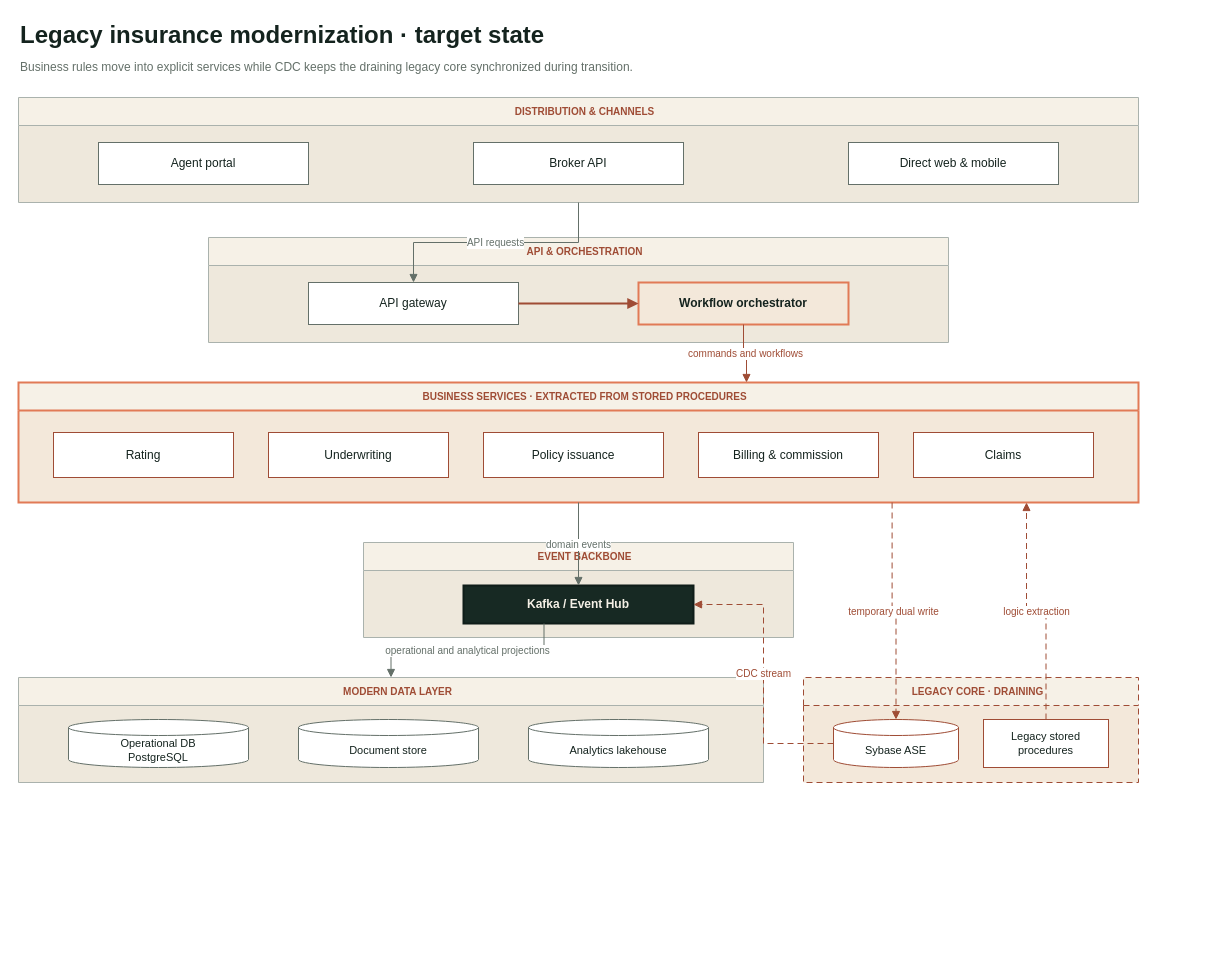
Above: assets/diagrams/legacy-modernization-target.drawio in someshjha/someshjha.github.io (draw.io), before the change. Source tidied: cells renumbered, new cells numbered last; positions are measured from the earlier drawing's top-left corner, leaving out a move shared by most shapes. Both pictures are drawn from the tidied source at 100%, with x=0, y=0 at pixel (18, 17).
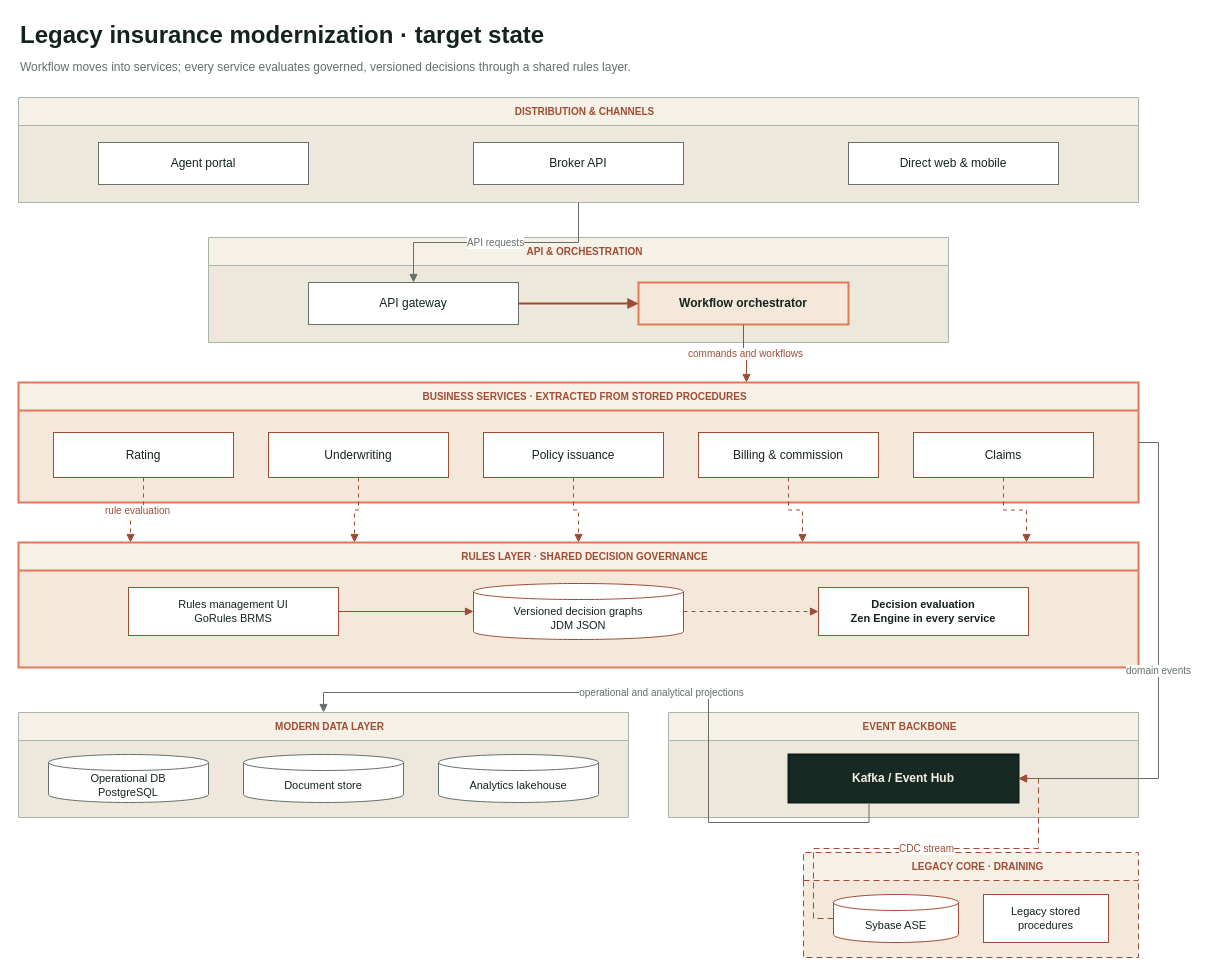
The same page after the edit.

Commit message:
Connect every business service to rules layer

Unchanged cells that the change refers to:
```xml
<mxCell id="11" value="BUSINESS SERVICES · EXTRACTED FROM STORED PROCEDURES" style="swimlane;html=1;horizontal=1;startSize=28;rounded=0;strokeColor=#E17A56;strokeWidth=2;fillColor=#F6F1E7;swimlaneFillColor=#F3E8DA;fontFamily=Helvetica;fontSize=10;fontStyle=1;fontColor=#9F4C35;spacingLeft=12;" parent="1" vertex="1">
  <mxGeometry y="365" width="1120" height="120" as="geometry" />
</mxCell>
<mxCell id="12" value="Rating" style="rounded=0;whiteSpace=wrap;html=1;strokeColor=#9F4C35;fillColor=#FFFFFF;fontFamily=Helvetica;fontSize=12;fontColor=#14231E;" parent="1" vertex="1">
  <mxGeometry x="35" y="415" width="180" height="45" as="geometry" />
</mxCell>
<mxCell id="13" value="Underwriting" style="rounded=0;whiteSpace=wrap;html=1;strokeColor=#9F4C35;fillColor=#FFFFFF;fontFamily=Helvetica;fontSize=12;fontColor=#14231E;" parent="1" vertex="1">
  <mxGeometry x="250" y="415" width="180" height="45" as="geometry" />
</mxCell>
<mxCell id="14" value="Policy issuance" style="rounded=0;whiteSpace=wrap;html=1;strokeColor=#9F4C35;fillColor=#FFFFFF;fontFamily=Helvetica;fontSize=12;fontColor=#14231E;" parent="1" vertex="1">
  <mxGeometry x="465" y="415" width="180" height="45" as="geometry" />
</mxCell>
<mxCell id="15" value="Billing &amp;amp; commission" style="rounded=0;whiteSpace=wrap;html=1;strokeColor=#9F4C35;fillColor=#FFFFFF;fontFamily=Helvetica;fontSize=12;fontColor=#14231E;" parent="1" vertex="1">
  <mxGeometry x="680" y="415" width="180" height="45" as="geometry" />
</mxCell>
<mxCell id="16" value="Claims" style="rounded=0;whiteSpace=wrap;html=1;strokeColor=#9F4C35;fillColor=#FFFFFF;fontFamily=Helvetica;fontSize=12;fontColor=#14231E;" parent="1" vertex="1">
  <mxGeometry x="895" y="415" width="180" height="45" as="geometry" />
</mxCell>
```

Diff of the diagram source:
```diff
@@
-    <mxCell id="3" value="Business rules move into explicit services while CDC keeps the draining legacy core synchronized during transition." style="text;html=1;strokeColor=none;fillColor=none;align=left;verticalAlign=middle;fontFamily=Helvetica;fontSize=12;fontColor=#647069;" parent="1" vertex="1">
-      <mxGeometry y="35" width="920" height="30" as="geometry" />
+    <mxCell id="3" value="Workflow moves into services; every service evaluates governed, versioned decisions through a shared rules layer." style="text;html=1;strokeColor=none;fillColor=none;align=left;verticalAlign=middle;fontFamily=Helvetica;fontSize=12;fontColor=#647069;" parent="1" vertex="1">
+      <mxGeometry y="35" width="1040" height="30" as="geometry" />
     </mxCell>
@@
+    <mxCell id="34" value="RULES LAYER · SHARED DECISION GOVERNANCE" style="swimlane;html=1;horizontal=1;startSize=28;rounded=0;strokeColor=#E17A56;strokeWidth=2;fillColor=#F6F1E7;swimlaneFillColor=#F3E8DA;fontFamily=Helvetica;fontSize=10;fontStyle=1;fontColor=#9F4C35;spacingLeft=12;" parent="1" vertex="1">
+      <mxGeometry y="525" width="1120" height="125" as="geometry" />
+    </mxCell>
+    <mxCell id="35" value="Rules management UI&lt;br&gt;GoRules BRMS" style="rounded=0;whiteSpace=wrap;html=1;strokeColor=#9F4C35;fillColor=#FFFFFF;fontFamily=Helvetica;fontSize=11;fontColor=#14231E;" parent="1" vertex="1">
+      <mxGeometry x="110" y="570" width="210" height="48" as="geometry" />
+    </mxCell>
+    <mxCell id="36" value="Versioned decision graphs&lt;br&gt;JDM JSON" style="shape=cylinder3;whiteSpace=wrap;html=1;boundedLbl=1;backgroundOutline=1;size=8;strokeColor=#9F4C35;fillColor=#FFFFFF;fontFamily=Helvetica;fontSize=11;fontColor=#14231E;" parent="1" vertex="1">
+      <mxGeometry x="455" y="566" width="210" height="56" as="geometry" />
+    </mxCell>
+    <mxCell id="37" value="Decision evaluation&lt;br&gt;Zen Engine in every service" style="rounded=0;whiteSpace=wrap;html=1;strokeColor=#9F4C35;fillColor=#FFFFFF;fontFamily=Helvetica;fontSize=11;fontStyle=1;fontColor=#14231E;" parent="1" vertex="1">
+      <mxGeometry x="800" y="570" width="210" height="48" as="geometry" />
+    </mxCell>
     <mxCell id="17" value="EVENT BACKBONE" style="swimlane;html=1;horizontal=1;startSize=28;rounded=0;strokeColor=#AAB2AD;fillColor=#F6F1E7;swimlaneFillColor=#EEE8DC;fontFamily=Helvetica;fontSize=10;fontStyle=1;fontColor=#9F4C35;spacingLeft=12;" parent="1" vertex="1">
-      <mxGeometry x="345" y="525" width="430" height="95" as="geometry" />
+      <mxGeometry x="650" y="695" width="470" height="105" as="geometry" />
     </mxCell>
     <mxCell id="18" value="Kafka / Event Hub" style="rounded=0;whiteSpace=wrap;html=1;strokeColor=#0F1D19;strokeWidth=2;fillColor=#172923;fontFamily=Helvetica;fontSize=12;fontStyle=1;fontColor=#F5F0E6;" parent="1" vertex="1">
-      <mxGeometry x="445" y="568" width="230" height="38" as="geometry" />
+      <mxGeometry x="770" y="737" width="230" height="48" as="geometry" />
     </mxCell>
     <mxCell id="19" value="MODERN DATA LAYER" style="swimlane;html=1;horizontal=1;startSize=28;rounded=0;strokeColor=#AAB2AD;fillColor=#F6F1E7;swimlaneFillColor=#EEE8DC;fontFamily=Helvetica;fontSize=10;fontStyle=1;fontColor=#9F4C35;spacingLeft=12;" parent="1" vertex="1">
-      <mxGeometry y="660" width="745" height="105" as="geometry" />
+      <mxGeometry y="695" width="610" height="105" as="geometry" />
     </mxCell>
     <mxCell id="20" value="Operational DB&lt;br&gt;PostgreSQL" style="shape=cylinder3;whiteSpace=wrap;html=1;boundedLbl=1;backgroundOutline=1;size=8;strokeColor=#647069;fillColor=#FFFFFF;fontFamily=Helvetica;fontSize=11;fontColor=#14231E;" parent="1" vertex="1">
-      <mxGeometry x="50" y="702" width="180" height="48" as="geometry" />
+      <mxGeometry x="30" y="737" width="160" height="48" as="geometry" />
     </mxCell>
     <mxCell id="21" value="Document store" style="shape=cylinder3;whiteSpace=wrap;html=1;boundedLbl=1;backgroundOutline=1;size=8;strokeColor=#647069;fillColor=#FFFFFF;fontFamily=Helvetica;fontSize=11;fontColor=#14231E;" parent="1" vertex="1">
-      <mxGeometry x="280" y="702" width="180" height="48" as="geometry" />
+      <mxGeometry x="225" y="737" width="160" height="48" as="geometry" />
     </mxCell>
     <mxCell id="22" value="Analytics lakehouse" style="shape=cylinder3;whiteSpace=wrap;html=1;boundedLbl=1;backgroundOutline=1;size=8;strokeColor=#647069;fillColor=#FFFFFF;fontFamily=Helvetica;fontSize=11;fontColor=#14231E;" parent="1" vertex="1">
-      <mxGeometry x="510" y="702" width="180" height="48" as="geometry" />
+      <mxGeometry x="420" y="737" width="160" height="48" as="geometry" />
     </mxCell>
     <mxCell id="23" value="LEGACY CORE · DRAINING" style="swimlane;html=1;horizontal=1;startSize=28;rounded=0;dashed=1;dashPattern=6 4;strokeColor=#9F4C35;fillColor=#F6F1E7;swimlaneFillColor=#F3E8DA;fontFamily=Helvetica;fontSize=10;fontStyle=1;fontColor=#9F4C35;spacingLeft=12;" parent="1" vertex="1">
-      <mxGeometry x="785" y="660" width="335" height="105" as="geometry" />
+      <mxGeometry x="785" y="835" width="335" height="105" as="geometry" />
     </mxCell>
     <mxCell id="24" value="Sybase ASE" style="shape=cylinder3;whiteSpace=wrap;html=1;boundedLbl=1;backgroundOutline=1;size=8;strokeColor=#9F4C35;fillColor=#FFFFFF;fontFamily=Helvetica;fontSize=11;fontColor=#14231E;" parent="1" vertex="1">
-      <mxGeometry x="815" y="702" width="125" height="48" as="geometry" />
+      <mxGeometry x="815" y="877" width="125" height="48" as="geometry" />
     </mxCell>
     <mxCell id="25" value="Legacy stored procedures" style="rounded=0;whiteSpace=wrap;html=1;strokeColor=#9F4C35;fillColor=#FFFFFF;fontFamily=Helvetica;fontSize=11;fontColor=#14231E;" parent="1" vertex="1">
-      <mxGeometry x="965" y="702" width="125" height="48" as="geometry" />
+      <mxGeometry x="965" y="877" width="125" height="48" as="geometry" />
     </mxCell>
@@
-    <mxCell id="29" value="domain events" style="edgeStyle=orthogonalEdgeStyle;rounded=0;jettySize=auto;html=1;exitX=0.5;exitY=1;entryX=0.5;entryY=0;strokeColor=#647069;fontColor=#647069;fontSize=10;endArrow=block;endFill=1;" parent="1" edge="1" source="11" target="18">
+    <mxCell id="29" value="domain events" style="edgeStyle=orthogonalEdgeStyle;rounded=0;jettySize=auto;html=1;exitX=1;exitY=0.5;entryX=1;entryY=0.5;strokeColor=#647069;fontColor=#647069;fontSize=10;endArrow=block;endFill=1;" parent="1" edge="1" source="11" target="18">
       <mxGeometry relative="1" as="geometry" />
     </mxCell>
@@
-    <mxCell id="32" value="logic extraction" style="edgeStyle=orthogonalEdgeStyle;rounded=0;jettySize=auto;html=1;exitX=0.5;exitY=0;entryX=0.9;entryY=1;dashed=1;dashPattern=6 4;strokeColor=#9F4C35;fontColor=#9F4C35;fontSize=10;endArrow=block;endFill=1;" parent="1" edge="1" source="25" target="11">
-      <mxGeometry relative="1" as="geometry" />
-    </mxCell>
-    <mxCell id="33" value="temporary dual write" style="edgeStyle=orthogonalEdgeStyle;rounded=0;jettySize=auto;html=1;exitX=0.78;exitY=1;entryX=0.5;entryY=0;dashed=1;dashPattern=6 4;strokeColor=#9F4C35;fontColor=#9F4C35;fontSize=10;endArrow=block;endFill=1;" parent="1" edge="1" source="11" target="24">
-      <mxGeometry relative="1" as="geometry" />
-    </mxCell>
+    <mxCell id="38" value="rule evaluation" style="edgeStyle=orthogonalEdgeStyle;rounded=0;jettySize=auto;html=1;exitX=0.5;exitY=1;entryX=0.1;entryY=0;dashed=1;dashPattern=4 4;strokeColor=#9F4C35;fontColor=#9F4C35;fontSize=10;endArrow=block;endFill=1;" parent="1" edge="1" source="12" target="34">
+      <mxGeometry relative="1" as="geometry" />
+    </mxCell>
+    <mxCell id="39" style="edgeStyle=orthogonalEdgeStyle;rounded=0;jettySize=auto;html=1;exitX=0.5;exitY=1;entryX=0.3;entryY=0;dashed=1;dashPattern=4 4;strokeColor=#9F4C35;endArrow=block;endFill=1;" parent="1" edge="1" source="13" target="34">
+      <mxGeometry relative="1" as="geometry" />
+    </mxCell>
+    <mxCell id="40" style="edgeStyle=orthogonalEdgeStyle;rounded=0;jettySize=auto;html=1;exitX=0.5;exitY=1;entryX=0.5;entryY=0;dashed=1;dashPattern=4 4;strokeColor=#9F4C35;endArrow=block;endFill=1;" parent="1" edge="1" source="14" target="34">
+      <mxGeometry relative="1" as="geometry" />
+    </mxCell>
+    <mxCell id="41" style="edgeStyle=orthogonalEdgeStyle;rounded=0;jettySize=auto;html=1;exitX=0.5;exitY=1;entryX=0.7;entryY=0;dashed=1;dashPattern=4 4;strokeColor=#9F4C35;endArrow=block;endFill=1;" parent="1" edge="1" source="15" target="34">
+      <mxGeometry relative="1" as="geometry" />
+    </mxCell>
+    <mxCell id="42" style="edgeStyle=orthogonalEdgeStyle;rounded=0;jettySize=auto;html=1;exitX=0.5;exitY=1;entryX=0.9;entryY=0;dashed=1;dashPattern=4 4;strokeColor=#9F4C35;endArrow=block;endFill=1;" parent="1" edge="1" source="16" target="34">
+      <mxGeometry relative="1" as="geometry" />
+    </mxCell>
+    <mxCell id="43" style="edgeStyle=orthogonalEdgeStyle;rounded=0;jettySize=auto;html=1;strokeColor=#9F4C35;endArrow=block;endFill=1;" parent="1" edge="1" source="35" target="36">
+      <mxGeometry relative="1" as="geometry" />
+    </mxCell>
+    <mxCell id="44" style="edgeStyle=orthogonalEdgeStyle;rounded=0;jettySize=auto;html=1;dashed=1;dashPattern=4 4;strokeColor=#9F4C35;endArrow=block;endFill=1;" parent="1" edge="1" source="36" target="37">
+      <mxGeometry relative="1" as="geometry" />
+    </mxCell>
```
